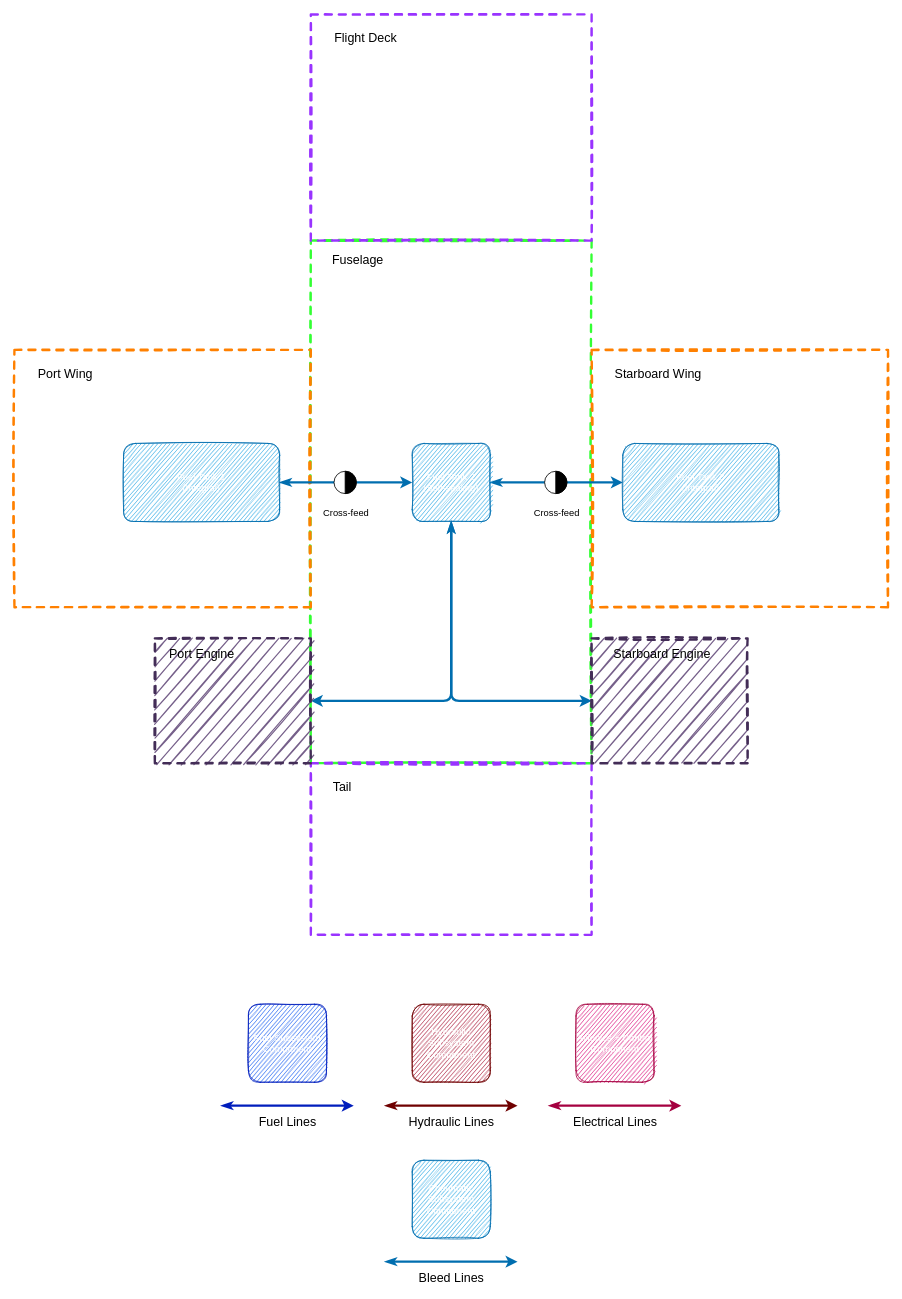
Above: pyavd/Models/Subsystems/Systems Diagrams/High Level.drawio in AVD-2021/PyAVD (draw.io), before the change. Source tidied: cells renumbered, new cells numbered last; positions are measured from the earlier drawing's top-left corner, leaving out a move shared by most shapes. Both pictures are drawn from the tidied source at 78%, with x=0, y=0 at pixel (14, 14).
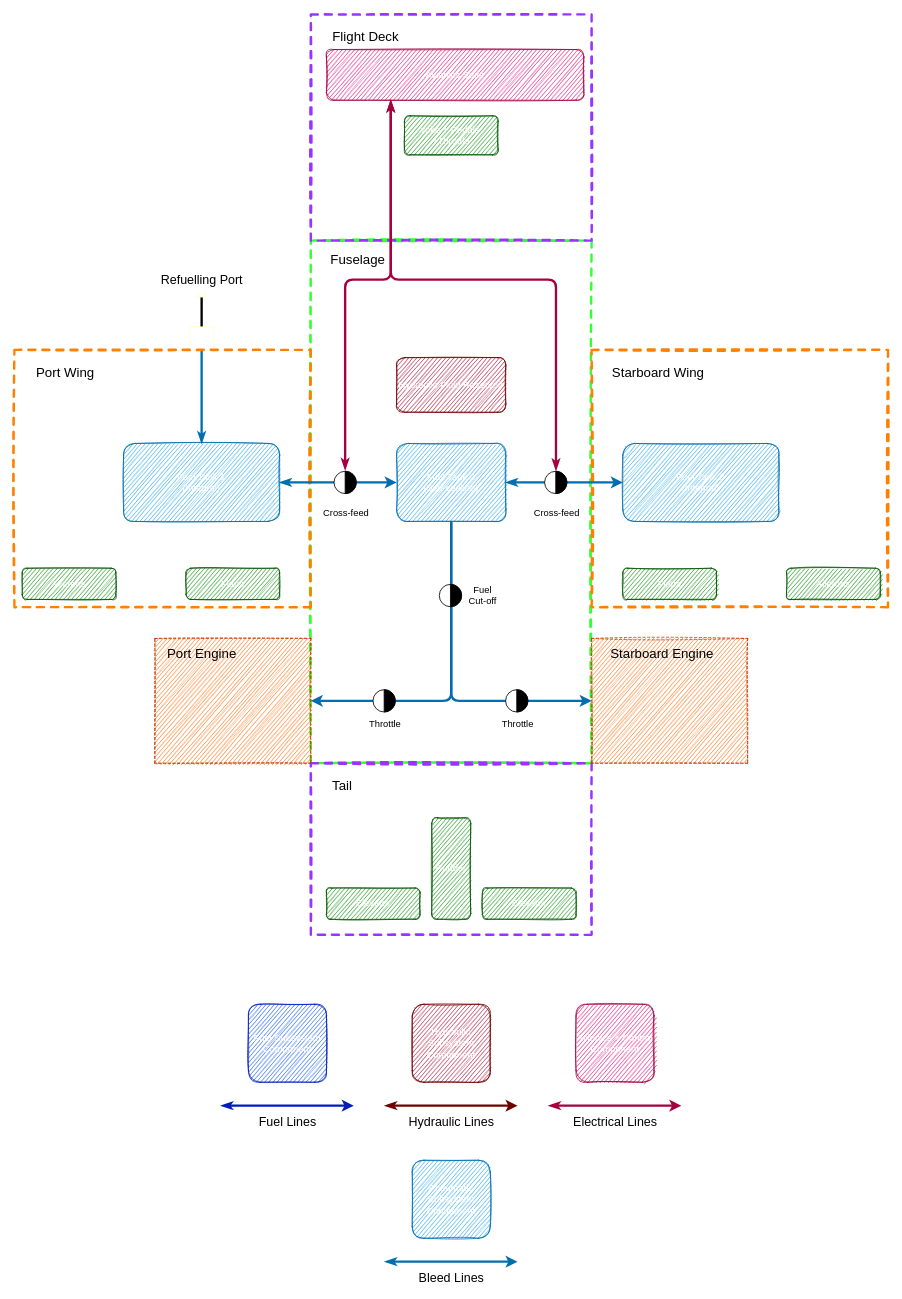
Above is the later version.

Unchanged cells that the change refers to:
```xml
<mxCell id="7" value="Fuel Tank 1&lt;br&gt;(Integral)" style="rounded=1;whiteSpace=wrap;html=1;fillColor=#1ba1e2;strokeColor=#006EAF;fontColor=#ffffff;sketch=1;" parent="1" vertex="1">
  <mxGeometry x="140" y="550" width="200" height="100" as="geometry" />
</mxCell>
<mxCell id="16" style="shape=mxgraph.pid.fittings.self-operating_release_valve;html=1;align=center;verticalLabelPosition=bottom;verticalAlign=top;dashed=0;rotation=-45;" parent="1" vertex="1">
  <mxGeometry x="680" y="585" width="30" height="30" as="geometry" />
</mxCell>
```

The edit, as a diff of the source:
```diff
@@
+    <mxCell id="39" style="edgeStyle=orthogonalEdgeStyle;rounded=1;jettySize=auto;html=1;entryX=0.5;entryY=0;entryDx=0;entryDy=0;fontSize=16;startArrow=none;startFill=0;endArrow=classicThin;endFill=1;strokeWidth=3;fillColor=#1ba1e2;strokeColor=#006EAF;" parent="1" edge="1" source="40" target="7">
+      <mxGeometry relative="1" as="geometry" />
+    </mxCell>
+    <mxCell id="40" style="html=1;rounded=0;glass=0;dashed=1;sketch=0;fontSize=16;strokeColor=#FFFF99;strokeWidth=1;fillColor=#FFFFFF;direction=south;" parent="1" vertex="1">
+      <mxGeometry x="225" y="400" width="30" height="30" as="geometry" />
+    </mxCell>
@@
-    <mxCell id="9" style="edgeStyle=orthogonalEdgeStyle;jettySize=auto;html=1;entryX=1;entryY=0.5;entryDx=0;entryDy=0;fontSize=16;startArrow=classicThin;startFill=1;strokeWidth=3;fillColor=#1ba1e2;strokeColor=#006EAF;rounded=1;" parent="1" edge="1" source="11" target="35">
+    <mxCell id="9" style="edgeStyle=orthogonalEdgeStyle;jettySize=auto;html=1;entryX=1;entryY=0.5;entryDx=0;entryDy=0;fontSize=16;startArrow=none;startFill=0;strokeWidth=3;fillColor=#1ba1e2;strokeColor=#006EAF;rounded=1;" parent="1" edge="1" source="11" target="35">
       <mxGeometry relative="1" as="geometry">
         <Array as="points">
           <mxPoint x="560" y="880" />
         </Array>
       </mxGeometry>
     </mxCell>
-    <mxCell id="10" style="edgeStyle=orthogonalEdgeStyle;rounded=1;jettySize=auto;html=1;entryX=0;entryY=0.5;entryDx=0;entryDy=0;fontSize=16;startArrow=classicThin;startFill=1;strokeWidth=3;fillColor=#1ba1e2;strokeColor=#006EAF;" parent="1" edge="1" source="11" target="36">
+    <mxCell id="10" style="edgeStyle=orthogonalEdgeStyle;rounded=1;jettySize=auto;html=1;entryX=0;entryY=0.5;entryDx=0;entryDy=0;fontSize=16;startArrow=none;startFill=0;strokeWidth=3;fillColor=#1ba1e2;strokeColor=#006EAF;" parent="1" edge="1" source="11" target="36">
       <mxGeometry relative="1" as="geometry">
         <Array as="points">
           <mxPoint x="560" y="880" />
         </Array>
       </mxGeometry>
     </mxCell>
     <mxCell id="11" value="Fuel Tank 2&lt;br&gt;(Self-sealing)" style="rounded=1;whiteSpace=wrap;html=1;fillColor=#1ba1e2;strokeColor=#006EAF;fontColor=#ffffff;sketch=1;" parent="1" vertex="1">
-      <mxGeometry x="510" y="550" width="100" height="100" as="geometry" />
+      <mxGeometry x="490" y="550" width="140" height="100" as="geometry" />
     </mxCell>
@@
+    <mxCell id="41" style="edgeStyle=orthogonalEdgeStyle;rounded=1;jettySize=auto;html=1;entryX=0.25;entryY=1;entryDx=0;entryDy=0;fontSize=12;startArrow=classicThin;startFill=1;endArrow=classicThin;endFill=1;strokeWidth=3;fillColor=#d80073;strokeColor=#A50040;exitX=0.843;exitY=0.124;exitDx=0;exitDy=0;exitPerimeter=0;" parent="1" edge="1" source="16" target="55">
+      <mxGeometry relative="1" as="geometry">
+        <Array as="points">
+          <mxPoint x="694" y="340" />
+          <mxPoint x="483" y="340" />
+        </Array>
+      </mxGeometry>
+    </mxCell>
@@
-    <mxCell id="17" value="Port Wing" style="text;html=1;align=center;verticalAlign=middle;strokeColor=none;fontSize=16;" parent="1" vertex="1">
-      <mxGeometry x="20" y="450" width="90" height="20" as="geometry" />
+    <mxCell id="17" value="Port Wing" style="text;html=1;align=center;verticalAlign=middle;strokeColor=none;fontSize=17;" parent="1" vertex="1">
+      <mxGeometry x="20" y="445" width="90" height="30" as="geometry" />
     </mxCell>
-    <mxCell id="18" value="Starboard Wing" style="text;html=1;align=center;verticalAlign=middle;strokeColor=none;fontSize=16;" parent="1" vertex="1">
-      <mxGeometry x="760" y="450" width="130" height="20" as="geometry" />
+    <mxCell id="18" value="Starboard Wing" style="text;html=1;align=center;verticalAlign=middle;strokeColor=none;fontSize=17;" parent="1" vertex="1">
+      <mxGeometry x="760" y="445" width="130" height="30" as="geometry" />
     </mxCell>
-    <mxCell id="19" value="Fuselage" style="text;html=1;align=center;verticalAlign=middle;strokeColor=none;fontSize=16;" parent="1" vertex="1">
-      <mxGeometry x="400" y="305" width="80" height="20" as="geometry" />
-    </mxCell>
@@
-    <mxCell id="27" value="Flight Deck" style="text;html=1;align=center;verticalAlign=middle;strokeColor=none;fontSize=16;" parent="1" vertex="1">
-      <mxGeometry x="400" y="20" width="100" height="20" as="geometry" />
+    <mxCell id="27" value="Flight Deck" style="text;html=1;align=center;verticalAlign=middle;strokeColor=none;fontSize=17;" parent="1" vertex="1">
+      <mxGeometry x="400" y="15" width="100" height="30" as="geometry" />
     </mxCell>
@@
-    <mxCell id="34" value="Tail" style="text;html=1;align=center;verticalAlign=middle;strokeColor=none;fontSize=16;" parent="1" vertex="1">
-      <mxGeometry x="400" y="980" width="40" height="20" as="geometry" />
+    <mxCell id="34" value="Tail" style="text;html=1;align=center;verticalAlign=middle;strokeColor=none;fontSize=17;" parent="1" vertex="1">
+      <mxGeometry x="400" y="975" width="40" height="30" as="geometry" />
     </mxCell>
-    <mxCell id="35" style="rounded=0;whiteSpace=wrap;html=1;dashed=1;strokeWidth=3;glass=0;sketch=1;fontColor=#ffffff;strokeColor=#432D57;fillStyle=auto;fillColor=#76608a;" parent="1" vertex="1">
+    <mxCell id="35" style="rounded=0;whiteSpace=wrap;html=1;dashed=1;strokeWidth=1;glass=0;sketch=1;fontColor=#000000;strokeColor=#C73500;fillStyle=auto;fillColor=#fa6800;" parent="1" vertex="1">
       <mxGeometry x="180" y="800" width="200" height="160" as="geometry" />
     </mxCell>
-    <mxCell id="36" style="rounded=0;whiteSpace=wrap;html=1;fillColor=#76608a;dashed=1;strokeWidth=3;glass=0;sketch=1;strokeColor=#432D57;fontColor=#ffffff;" parent="1" vertex="1">
+    <mxCell id="36" style="rounded=0;whiteSpace=wrap;html=1;fillColor=#fa6800;dashed=1;strokeWidth=1;glass=0;sketch=1;strokeColor=#C73500;fontColor=#000000;" parent="1" vertex="1">
       <mxGeometry x="740" y="800" width="200" height="160" as="geometry" />
     </mxCell>
-    <mxCell id="37" value="Port Engine" style="text;html=1;align=center;verticalAlign=middle;strokeColor=none;fontSize=16;" parent="1" vertex="1">
-      <mxGeometry x="190" y="810" width="100" height="20" as="geometry" />
+    <mxCell id="37" value="Port Engine" style="text;html=1;align=center;verticalAlign=middle;strokeColor=none;fontSize=17;" parent="1" vertex="1">
+      <mxGeometry x="190" y="805" width="100" height="30" as="geometry" />
     </mxCell>
-    <mxCell id="38" value="Starboard Engine" style="text;html=1;align=center;verticalAlign=middle;strokeColor=none;fontSize=16;" parent="1" vertex="1">
-      <mxGeometry x="760" y="810" width="140" height="20" as="geometry" />
+    <mxCell id="38" value="Starboard Engine" style="text;html=1;align=center;verticalAlign=middle;strokeColor=none;fontSize=17;" parent="1" vertex="1">
+      <mxGeometry x="755" y="805" width="150" height="30" as="geometry" />
     </mxCell>
+    <mxCell id="42" style="shape=mxgraph.pid.fittings.self-operating_release_valve;html=1;align=center;verticalLabelPosition=bottom;verticalAlign=top;dashed=0;rotation=-45;" parent="1" vertex="1">
+      <mxGeometry x="545" y="730" width="30" height="30" as="geometry" />
+    </mxCell>
+    <mxCell id="43" value="Fuel&lt;br&gt;Cut-off" style="text;html=1;align=center;verticalAlign=middle;strokeColor=none;" parent="1" vertex="1">
+      <mxGeometry x="575" y="730" width="50" height="30" as="geometry" />
+    </mxCell>
+    <mxCell id="44" style="endArrow=none;html=1;rounded=0;align=center;verticalAlign=top;endFill=0;labelBackgroundColor=none;endSize=2;fontSize=16;strokeWidth=3;" parent="1" edge="1" source="40" target="45">
+      <mxGeometry relative="1" as="geometry" />
+    </mxCell>
+    <mxCell id="45" style="shape=requiredInterface;html=1;fontSize=11;align=center;fillColor=none;points=[];verticalAlign=bottom;labelPosition=center;verticalLabelPosition=top;flipH=1;rounded=0;glass=0;sketch=0;strokeColor=#FFFF99;strokeWidth=1;rotation=-90;" parent="1" vertex="1">
+      <mxGeometry x="237.5" y="355" width="5" height="10" as="geometry" />
+    </mxCell>
+    <mxCell id="46" value="Refuelling Port" style="text;html=1;align=center;verticalAlign=middle;strokeColor=none;fontSize=16;" parent="1" vertex="1">
+      <mxGeometry x="180" y="330" width="120" height="20" as="geometry" />
+    </mxCell>
+    <mxCell id="47" value="Ailerons" style="rounded=1;whiteSpace=wrap;html=1;glass=0;sketch=1;fontSize=12;strokeColor=#005700;strokeWidth=1;fillColor=#008a00;fontColor=#ffffff;" parent="1" vertex="1">
+      <mxGeometry x="10" y="710" width="120" height="40" as="geometry" />
+    </mxCell>
+    <mxCell id="48" value="Flaps" style="rounded=1;whiteSpace=wrap;html=1;glass=0;sketch=1;fontSize=12;strokeColor=#005700;strokeWidth=1;fillColor=#008a00;fontColor=#ffffff;" parent="1" vertex="1">
+      <mxGeometry x="220" y="710" width="120" height="40" as="geometry" />
+    </mxCell>
+    <mxCell id="49" value="Flaps" style="rounded=1;whiteSpace=wrap;html=1;glass=0;sketch=1;fontSize=12;strokeColor=#005700;strokeWidth=1;fillColor=#008a00;fontColor=#ffffff;" parent="1" vertex="1">
+      <mxGeometry x="780" y="710" width="120" height="40" as="geometry" />
+    </mxCell>
+    <mxCell id="50" value="Ailerons" style="rounded=1;whiteSpace=wrap;html=1;glass=0;sketch=1;fontSize=12;strokeColor=#005700;strokeWidth=1;fillColor=#008a00;fontColor=#ffffff;" parent="1" vertex="1">
+      <mxGeometry x="990" y="710" width="120" height="40" as="geometry" />
+    </mxCell>
+    <mxCell id="51" value="Rudder" style="rounded=1;whiteSpace=wrap;html=1;glass=0;sketch=1;fontSize=12;strokeColor=#005700;strokeWidth=1;fillColor=#008a00;fontColor=#ffffff;" parent="1" vertex="1">
+      <mxGeometry x="535" y="1030" width="50" height="130" as="geometry" />
+    </mxCell>
+    <mxCell id="52" value="Elevator" style="rounded=1;whiteSpace=wrap;html=1;glass=0;sketch=1;fontSize=12;strokeColor=#005700;strokeWidth=1;fillColor=#008a00;fontColor=#ffffff;" parent="1" vertex="1">
+      <mxGeometry x="400" y="1120" width="120" height="40" as="geometry" />
+    </mxCell>
+    <mxCell id="53" value="Elevator" style="rounded=1;whiteSpace=wrap;html=1;glass=0;sketch=1;fontSize=12;strokeColor=#005700;strokeWidth=1;fillColor=#008a00;fontColor=#ffffff;" parent="1" vertex="1">
+      <mxGeometry x="600" y="1120" width="120" height="40" as="geometry" />
+    </mxCell>
+    <mxCell id="54" style="edgeStyle=orthogonalEdgeStyle;rounded=1;jettySize=auto;html=1;fontSize=12;startArrow=classicThin;startFill=1;endArrow=classicThin;endFill=1;strokeWidth=3;fillColor=#d80073;strokeColor=#A50040;exitX=0.25;exitY=1;exitDx=0;exitDy=0;" parent="1" edge="1" source="55">
+      <mxGeometry relative="1" as="geometry">
+        <mxPoint x="424" y="584" as="targetPoint" />
+        <Array as="points">
+          <mxPoint x="483" y="340" />
+          <mxPoint x="424" y="340" />
+        </Array>
+      </mxGeometry>
+    </mxCell>
+    <mxCell id="55" value="Avionics Suite" style="rounded=1;whiteSpace=wrap;html=1;fillColor=#d80073;fontColor=#ffffff;strokeColor=#A50040;sketch=1;" parent="1" vertex="1">
+      <mxGeometry x="400" y="45" width="330" height="65" as="geometry" />
+    </mxCell>
+    <mxCell id="56" value="Yoke + Pedals&amp;nbsp; +Throttle" style="rounded=1;whiteSpace=wrap;html=1;glass=0;sketch=1;fontSize=12;strokeColor=#005700;strokeWidth=1;fillColor=#008a00;fontColor=#ffffff;" parent="1" vertex="1">
+      <mxGeometry x="500" y="130" width="120" height="50" as="geometry" />
+    </mxCell>
+    <mxCell id="57" style="shape=mxgraph.pid.fittings.self-operating_release_valve;html=1;align=center;verticalLabelPosition=bottom;verticalAlign=top;dashed=0;rotation=-45;" parent="1" vertex="1">
+      <mxGeometry x="460" y="865" width="30" height="30" as="geometry" />
+    </mxCell>
+    <mxCell id="58" style="shape=mxgraph.pid.fittings.self-operating_release_valve;html=1;align=center;verticalLabelPosition=bottom;verticalAlign=top;dashed=0;rotation=-45;" parent="1" vertex="1">
+      <mxGeometry x="630" y="865" width="30" height="30" as="geometry" />
+    </mxCell>
+    <mxCell id="59" value="Throttle" style="text;html=1;align=center;verticalAlign=middle;strokeColor=none;fontSize=12;" parent="1" vertex="1">
+      <mxGeometry x="445" y="900" width="60" height="20" as="geometry" />
+    </mxCell>
+    <mxCell id="60" value="Throttle" style="text;html=1;align=center;verticalAlign=middle;strokeColor=none;fontSize=12;" parent="1" vertex="1">
+      <mxGeometry x="615" y="900" width="60" height="20" as="geometry" />
+    </mxCell>
+    <mxCell id="61" value="Hydraulic Fluid Reservoir" style="rounded=1;whiteSpace=wrap;html=1;fillColor=#a20025;strokeColor=#6F0000;fontColor=#ffffff;sketch=1;" parent="1" vertex="1">
+      <mxGeometry x="490" y="440" width="140" height="70" as="geometry" />
+    </mxCell>
+    <mxCell id="19" value="Fuselage" style="text;html=1;align=center;verticalAlign=middle;strokeColor=none;fontSize=17;" parent="1" vertex="1">
+      <mxGeometry x="395" y="300" width="90" height="30" as="geometry" />
+    </mxCell>
```
